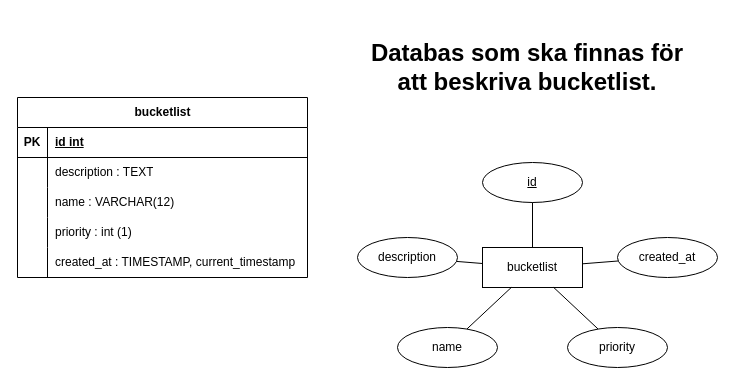
Above: diagram/er.drawio in filipbergander/laboration2-php (draw.io), before the change. Source tidied: cells renumbered, new cells numbered last; positions are measured from the earlier drawing's top-left corner, leaving out a move shared by most shapes. Both pictures are drawn from the tidied source at 100%, with x=0, y=0 at pixel (17, 17).
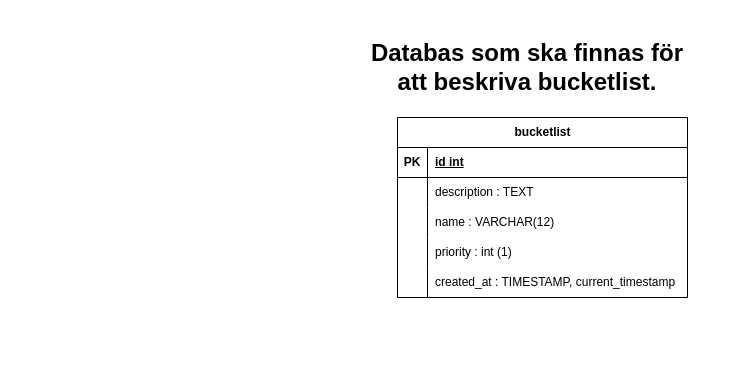
The same page after the edit.

The edit, as a diff of the source:
```diff
@@
-    <mxCell id="2" value="bucketlist" style="whiteSpace=wrap;html=1;align=center;" parent="1" vertex="1">
-      <mxGeometry x="465" y="230" width="100" height="40" as="geometry" />
-    </mxCell>
@@
-    <mxCell id="4" value="id" style="ellipse;whiteSpace=wrap;html=1;align=center;fontStyle=4;" parent="1" vertex="1">
-      <mxGeometry x="465" y="145" width="100" height="40" as="geometry" />
-    </mxCell>
-    <mxCell id="5" value="priority" style="ellipse;whiteSpace=wrap;html=1;align=center;" parent="1" vertex="1">
-      <mxGeometry x="550" y="310" width="100" height="40" as="geometry" />
-    </mxCell>
-    <mxCell id="6" value="description" style="ellipse;whiteSpace=wrap;html=1;align=center;" parent="1" vertex="1">
-      <mxGeometry x="340" y="220" width="100" height="40" as="geometry" />
-    </mxCell>
-    <mxCell id="7" value="name" style="ellipse;whiteSpace=wrap;html=1;align=center;" parent="1" vertex="1">
-      <mxGeometry x="380" y="310" width="100" height="40" as="geometry" />
-    </mxCell>
-    <mxCell id="8" style="endArrow=none;html=1;rounded=0;" parent="1" edge="1" source="4" target="2">
-      <mxGeometry relative="1" as="geometry" />
-    </mxCell>
-    <mxCell id="9" style="endArrow=none;html=1;rounded=0;" parent="1" edge="1" source="7" target="2">
-      <mxGeometry relative="1" as="geometry" />
-    </mxCell>
-    <mxCell id="10" style="endArrow=none;html=1;rounded=0;" parent="1" edge="1" source="6" target="2">
-      <mxGeometry relative="1" as="geometry" />
-    </mxCell>
-    <mxCell id="11" style="endArrow=none;html=1;rounded=0;" parent="1" edge="1" source="5" target="2">
-      <mxGeometry relative="1" as="geometry" />
-    </mxCell>
-    <mxCell id="12" value="created_at" style="ellipse;whiteSpace=wrap;html=1;align=center;" parent="1" vertex="1">
-      <mxGeometry x="600" y="220" width="100" height="40" as="geometry" />
-    </mxCell>
-    <mxCell id="13" style="endArrow=none;html=1;rounded=0;" parent="1" edge="1" source="12" target="2">
-      <mxGeometry relative="1" as="geometry" />
-    </mxCell>
     <mxCell id="14" value="bucketlist" style="shape=table;startSize=30;childLayout=tableLayout;rowLines=0;fontStyle=1;align=center;html=1;" parent="1" vertex="1">
-      <mxGeometry y="80" width="290" height="180" as="geometry" />
+      <mxGeometry x="380" y="100" width="290" height="180" as="geometry" />
     </mxCell>
```
